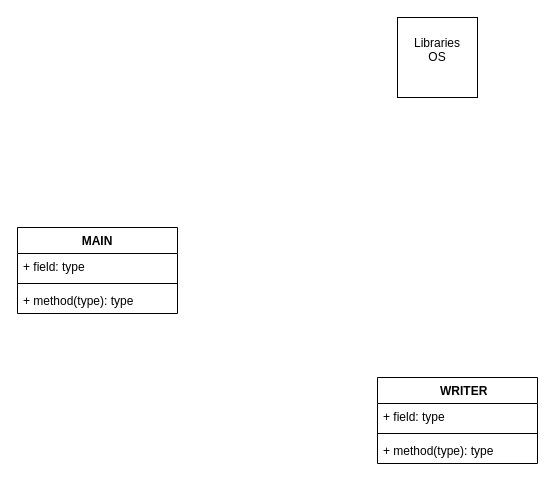
Before: Documentation/Traffic-bot.drawio in aj-tap/OCTO, a draw.io diagram. Source tidied: cells renumbered, new cells numbered last; positions are measured from the earlier drawing's top-left corner, leaving out a move shared by most shapes. Both pictures are drawn from the tidied source at 100%, with x=0, y=0 at pixel (17, 17).
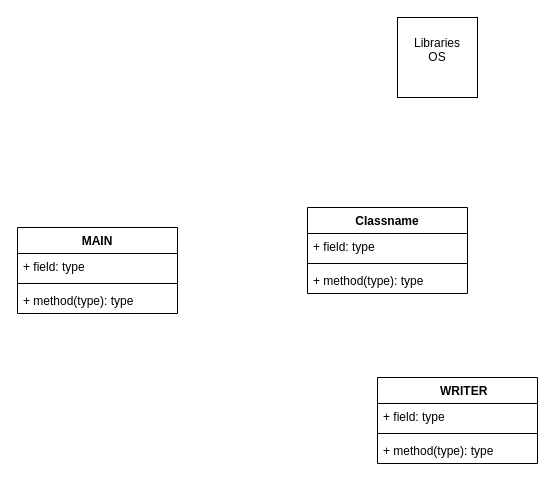
Above is the later version.

The edit, as a diff of the source:
```diff
@@
 <mxGraphModel>
   <root>
     <mxCell id="0" />
     <mxCell id="1" parent="0" />
     <mxCell id="2" value="&lt;div&gt;Libraries&lt;/div&gt;&lt;div&gt;OS&lt;/div&gt;&lt;div&gt;&lt;br&gt;&lt;/div&gt;" style="whiteSpace=wrap;html=1;" parent="1" vertex="1">
       <mxGeometry x="380" width="80" height="80" as="geometry" />
     </mxCell>
     <mxCell id="3" value="    WRITER" style="swimlane;fontStyle=1;align=center;verticalAlign=top;horizontal=1;startSize=26;" parent="1" vertex="1">
       <mxGeometry x="360" y="360" width="160" height="86" as="geometry" />
     </mxCell>
     <mxCell id="4" value="+ field: type" style="text;strokeColor=none;fillColor=none;align=left;verticalAlign=top;spacingLeft=4;spacingRight=4;overflow=hidden;" parent="3" vertex="1">
       <mxGeometry y="26" width="160" height="26" as="geometry" />
     </mxCell>
     <mxCell id="5" style="line;strokeWidth=1;fillColor=none;align=left;verticalAlign=middle;spacingTop=-1;spacingLeft=3;spacingRight=3;labelPosition=right;" parent="3" vertex="1">
       <mxGeometry y="52" width="160" height="8" as="geometry" />
     </mxCell>
     <mxCell id="6" value="+ method(type): type" style="text;strokeColor=none;fillColor=none;align=left;verticalAlign=top;spacingLeft=4;spacingRight=4;overflow=hidden;" parent="3" vertex="1">
       <mxGeometry y="60" width="160" height="26" as="geometry" />
     </mxCell>
     <mxCell id="7" value="MAIN" style="swimlane;fontStyle=1;align=center;verticalAlign=top;horizontal=1;startSize=26;" parent="1" vertex="1">
       <mxGeometry y="210" width="160" height="86" as="geometry" />
     </mxCell>
     <mxCell id="8" value="+ field: type" style="text;strokeColor=none;fillColor=none;align=left;verticalAlign=top;spacingLeft=4;spacingRight=4;overflow=hidden;" parent="7" vertex="1">
       <mxGeometry y="26" width="160" height="26" as="geometry" />
     </mxCell>
     <mxCell id="9" style="line;strokeWidth=1;fillColor=none;align=left;verticalAlign=middle;spacingTop=-1;spacingLeft=3;spacingRight=3;labelPosition=right;" parent="7" vertex="1">
       <mxGeometry y="52" width="160" height="8" as="geometry" />
     </mxCell>
     <mxCell id="10" value="+ method(type): type" style="text;strokeColor=none;fillColor=none;align=left;verticalAlign=top;spacingLeft=4;spacingRight=4;overflow=hidden;" parent="7" vertex="1">
       <mxGeometry y="60" width="160" height="26" as="geometry" />
     </mxCell>
+    <mxCell id="11" value="Classname" style="swimlane;fontStyle=1;align=center;verticalAlign=top;horizontal=1;startSize=26;" parent="1" vertex="1">
+      <mxGeometry x="290" y="190" width="160" height="86" as="geometry" />
+    </mxCell>
+    <mxCell id="12" value="+ field: type" style="text;strokeColor=none;fillColor=none;align=left;verticalAlign=top;spacingLeft=4;spacingRight=4;overflow=hidden;" parent="11" vertex="1">
+      <mxGeometry y="26" width="160" height="26" as="geometry" />
+    </mxCell>
+    <mxCell id="13" style="line;strokeWidth=1;fillColor=none;align=left;verticalAlign=middle;spacingTop=-1;spacingLeft=3;spacingRight=3;labelPosition=right;" parent="11" vertex="1">
+      <mxGeometry y="52" width="160" height="8" as="geometry" />
+    </mxCell>
+    <mxCell id="14" value="+ method(type): type" style="text;strokeColor=none;fillColor=none;align=left;verticalAlign=top;spacingLeft=4;spacingRight=4;overflow=hidden;" parent="11" vertex="1">
+      <mxGeometry y="60" width="160" height="26" as="geometry" />
+    </mxCell>
   </root>
 </mxGraphModel>
```
